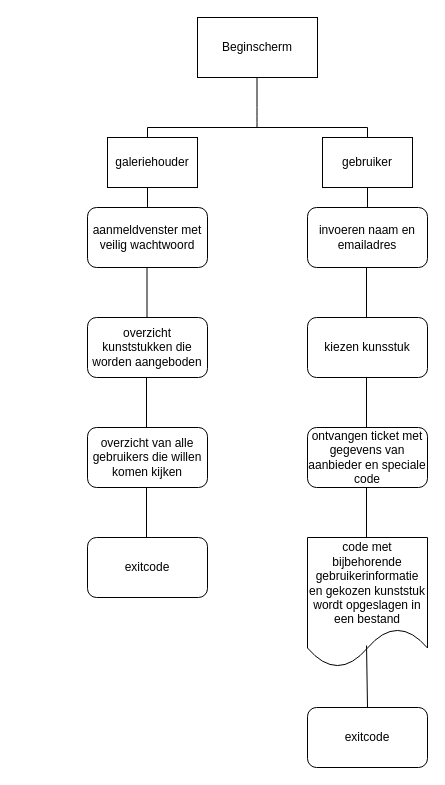
Before: Documentatie/Flowchart Thuisgalerie.drawio in Cerianne/Miniproject-Rijksmuseum, a draw.io diagram. Source tidied: cells renumbered, new cells numbered last; positions are measured from the earlier drawing's top-left corner, leaving out a move shared by most shapes. Both pictures are drawn from the tidied source at 100%, with x=0, y=0 at pixel (87, 17).
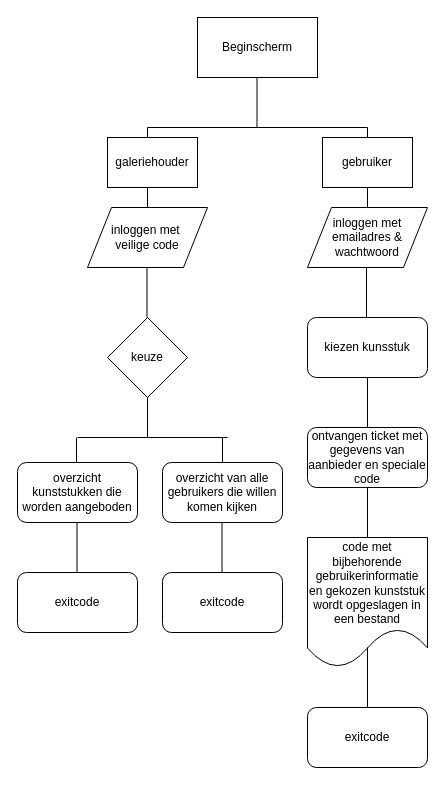
Above is the later version.

The change refers to these unchanged cells:
```xml
<mxCell id="16" value="&lt;p&gt;code met bijbehorende gebruikerinformatie en gekozen kunststuk wordt opgeslagen in een bestand&lt;/p&gt;" style="shape=document;whiteSpace=wrap;html=1;boundedLbl=1;" parent="1" vertex="1">
  <mxGeometry x="220" y="520" width="120" height="130" as="geometry" />
</mxCell>
```

Change to the diagram source:
```diff
@@
-    <mxCell id="4" value="invoeren naam en emailadres" style="rounded=1;whiteSpace=wrap;html=1;" parent="1" vertex="1">
-      <mxGeometry x="220" y="190" width="120" height="60" as="geometry" />
-    </mxCell>
@@
-    <mxCell id="8" style="endArrow=none;html=1;" parent="1" edge="1">
-      <mxGeometry relative="1" as="geometry">
-        <mxPoint x="279" y="410" as="sourcePoint" />
-        <mxPoint x="279" y="360" as="targetPoint" />
-        <Array as="points">
-          <mxPoint x="279" y="410" />
-        </Array>
-      </mxGeometry>
-    </mxCell>
@@
-    <mxCell id="14" style="endArrow=none;html=1;" parent="1" edge="1">
-      <mxGeometry relative="1" as="geometry">
-        <mxPoint x="280" y="190" as="sourcePoint" />
-        <mxPoint x="280" y="170" as="targetPoint" />
-      </mxGeometry>
-    </mxCell>
-    <mxCell id="15" style="endArrow=none;html=1;" parent="1" edge="1">
-      <mxGeometry relative="1" as="geometry">
-        <mxPoint x="279" y="520" as="sourcePoint" />
-        <mxPoint x="279" y="470" as="targetPoint" />
-        <Array as="points">
-          <mxPoint x="279" y="520" />
-        </Array>
-      </mxGeometry>
-    </mxCell>
@@
-    <mxCell id="18" style="endArrow=none;html=1;entryX=0.492;entryY=0.831;entryDx=0;entryDy=0;entryPerimeter=0;" parent="1" edge="1" target="16">
-      <mxGeometry relative="1" as="geometry">
-        <mxPoint x="280" y="690" as="sourcePoint" />
-      </mxGeometry>
-    </mxCell>
-    <mxCell id="19" value="aanmeldvenster met veilig wachtwoord" style="rounded=1;whiteSpace=wrap;html=1;" parent="1" vertex="1">
-      <mxGeometry y="190" width="120" height="60" as="geometry" />
-    </mxCell>
@@
     <mxCell id="22" value="overzicht kunststukken die worden aangeboden" style="rounded=1;whiteSpace=wrap;html=1;" parent="1" vertex="1">
-      <mxGeometry y="300" width="120" height="60" as="geometry" />
+      <mxGeometry x="-70" y="445" width="120" height="60" as="geometry" />
     </mxCell>
     <mxCell id="23" style="endArrow=none;html=1;" parent="1" edge="1">
       <mxGeometry relative="1" as="geometry">
-        <mxPoint x="59" y="410" as="sourcePoint" />
-        <mxPoint x="59" y="360" as="targetPoint" />
+        <mxPoint x="-10.5" y="555" as="sourcePoint" />
+        <mxPoint x="-10.5" y="505" as="targetPoint" />
       </mxGeometry>
     </mxCell>
     <mxCell id="24" value="overzicht van alle gebruikers die willen komen kijken" style="rounded=1;whiteSpace=wrap;html=1;" parent="1" vertex="1">
-      <mxGeometry y="410" width="120" height="60" as="geometry" />
+      <mxGeometry x="75" y="445" width="120" height="60" as="geometry" />
     </mxCell>
     <mxCell id="25" style="endArrow=none;html=1;" parent="1" edge="1">
       <mxGeometry relative="1" as="geometry">
-        <mxPoint x="59" y="520" as="sourcePoint" />
-        <mxPoint x="59" y="470" as="targetPoint" />
+        <mxPoint x="134.5" y="555" as="sourcePoint" />
+        <mxPoint x="134.5" y="505" as="targetPoint" />
       </mxGeometry>
     </mxCell>
     <mxCell id="26" value="exitcode" style="rounded=1;whiteSpace=wrap;html=1;" parent="1" vertex="1">
-      <mxGeometry y="520" width="120" height="60" as="geometry" />
+      <mxGeometry x="75" y="555" width="120" height="60" as="geometry" />
     </mxCell>
+    <mxCell id="27" value="exitcode" style="rounded=1;whiteSpace=wrap;html=1;" parent="1" vertex="1">
+      <mxGeometry x="-70" y="555" width="120" height="60" as="geometry" />
+    </mxCell>
+    <mxCell id="28" value="inloggen met&amp;nbsp;&lt;br&gt;veilige code" style="shape=parallelogram;perimeter=parallelogramPerimeter;whiteSpace=wrap;html=1;" parent="1" vertex="1">
+      <mxGeometry y="190" width="120" height="60" as="geometry" />
+    </mxCell>
+    <mxCell id="29" value="inloggen met emailadres &amp;amp;&lt;br&gt;wachtwoord" style="shape=parallelogram;perimeter=parallelogramPerimeter;whiteSpace=wrap;html=1;" parent="1" vertex="1">
+      <mxGeometry x="220" y="190" width="120" height="60" as="geometry" />
+    </mxCell>
+    <mxCell id="30" value="keuze" style="rhombus;whiteSpace=wrap;html=1;" parent="1" vertex="1">
+      <mxGeometry x="20" y="300" width="80" height="80" as="geometry" />
+    </mxCell>
+    <mxCell id="31" style="endArrow=none;html=1;" parent="1" edge="1">
+      <mxGeometry relative="1" as="geometry">
+        <mxPoint x="60" y="420" as="sourcePoint" />
+        <mxPoint x="60" y="380" as="targetPoint" />
+      </mxGeometry>
+    </mxCell>
+    <mxCell id="32" style="endArrow=none;html=1;" parent="1" edge="1">
+      <mxGeometry relative="1" as="geometry">
+        <mxPoint x="-10" y="420" as="sourcePoint" />
+        <mxPoint x="140" y="420" as="targetPoint" />
+      </mxGeometry>
+    </mxCell>
+    <mxCell id="33" style="endArrow=none;html=1;" parent="1" edge="1">
+      <mxGeometry relative="1" as="geometry">
+        <mxPoint x="-11" y="445" as="sourcePoint" />
+        <mxPoint x="-11" y="420" as="targetPoint" />
+      </mxGeometry>
+    </mxCell>
+    <mxCell id="34" style="endArrow=none;html=1;" parent="1" edge="1">
+      <mxGeometry relative="1" as="geometry">
+        <mxPoint x="135" y="445" as="sourcePoint" />
+        <mxPoint x="135" y="420" as="targetPoint" />
+      </mxGeometry>
+    </mxCell>
+    <mxCell id="35" style="endArrow=none;html=1;" parent="1" edge="1">
+      <mxGeometry relative="1" as="geometry">
+        <mxPoint x="280" y="410" as="sourcePoint" />
+        <mxPoint x="280" y="360" as="targetPoint" />
+      </mxGeometry>
+    </mxCell>
+    <mxCell id="36" style="endArrow=none;html=1;" parent="1" edge="1">
+      <mxGeometry relative="1" as="geometry">
+        <mxPoint x="280" y="520" as="sourcePoint" />
+        <mxPoint x="280" y="470" as="targetPoint" />
+      </mxGeometry>
+    </mxCell>
+    <mxCell id="37" style="endArrow=none;html=1;entryX=0.5;entryY=0.846;entryDx=0;entryDy=0;entryPerimeter=0;" parent="1" edge="1" target="16">
+      <mxGeometry relative="1" as="geometry">
+        <mxPoint x="280" y="690" as="sourcePoint" />
+      </mxGeometry>
+    </mxCell>
+    <mxCell id="38" style="endArrow=none;html=1;" parent="1" edge="1">
+      <mxGeometry relative="1" as="geometry">
+        <mxPoint x="280" y="190" as="sourcePoint" />
+        <mxPoint x="280" y="170" as="targetPoint" />
+      </mxGeometry>
+    </mxCell>
```
